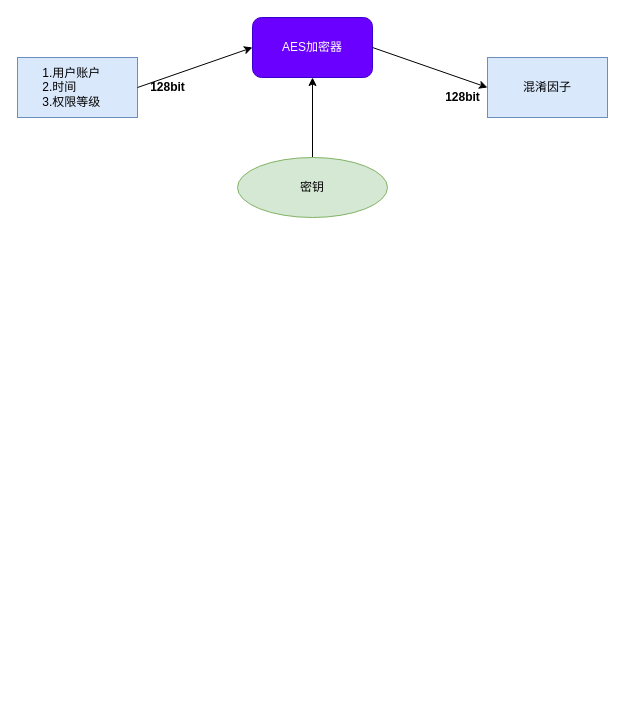
Before: 未命名绘图.drawio in eragonhuang/house, a draw.io diagram. Source tidied: cells renumbered, new cells numbered last; positions are measured from the earlier drawing's top-left corner, leaving out a move shared by most shapes. Both pictures are drawn from the tidied source at 100%, with x=0, y=0 at pixel (17, 17).
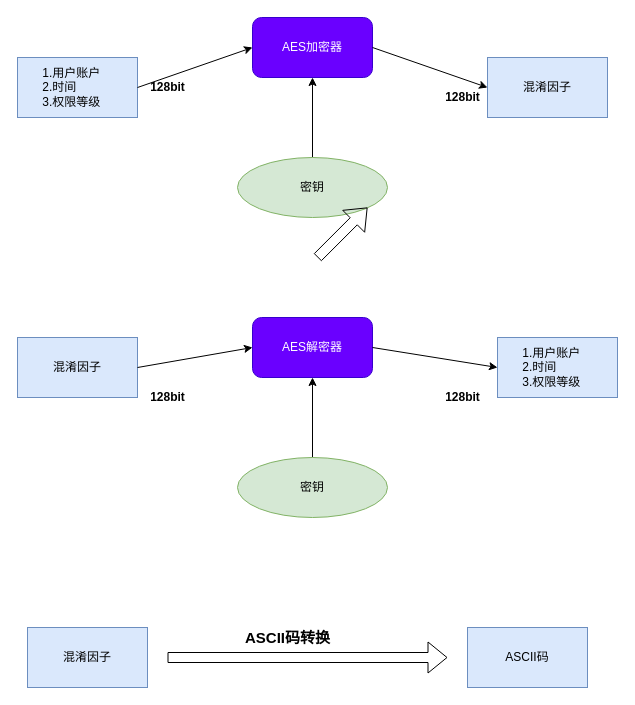
The same diagram, later.

Commit message (it also covers changes not shown here):
更新未命名绘图.drawio

Change to the diagram source:
```diff
@@
+    <mxCell id="11" value="&amp;nbsp; &amp;nbsp; &amp;nbsp; &amp;nbsp;1.用户账户&lt;br&gt;&amp;nbsp; &amp;nbsp; &amp;nbsp; &amp;nbsp;2.时间&lt;br&gt;&amp;nbsp; &amp;nbsp; &amp;nbsp; &amp;nbsp;3.权限等级" style="rounded=0;whiteSpace=wrap;html=1;align=left;fillColor=#dae8fc;strokeColor=#6c8ebf;" parent="1" vertex="1">
+      <mxGeometry x="480" y="320" width="120" height="60" as="geometry" />
+    </mxCell>
+    <mxCell id="12" value="混淆因子" style="rounded=0;whiteSpace=wrap;html=1;fillColor=#dae8fc;strokeColor=#6c8ebf;" parent="1" vertex="1">
+      <mxGeometry y="320" width="120" height="60" as="geometry" />
+    </mxCell>
+    <mxCell id="13" style="edgeStyle=orthogonalEdgeStyle;rounded=0;jettySize=auto;html=1;" parent="1" edge="1" source="14" target="15">
+      <mxGeometry relative="1" as="geometry" />
+    </mxCell>
+    <mxCell id="14" value="密钥" style="ellipse;whiteSpace=wrap;html=1;fillColor=#d5e8d4;strokeColor=#82b366;" parent="1" vertex="1">
+      <mxGeometry x="220" y="440" width="150" height="60" as="geometry" />
+    </mxCell>
+    <mxCell id="15" value="AES解密器" style="rounded=1;whiteSpace=wrap;html=1;fillColor=#6a00ff;strokeColor=#3700CC;fontColor=#ffffff;" parent="1" vertex="1">
+      <mxGeometry x="235" y="300" width="120" height="60" as="geometry" />
+    </mxCell>
+    <mxCell id="16" value="&lt;b&gt;128bit&lt;/b&gt;" style="text;html=1;align=center;verticalAlign=middle;fillColor=none;strokeColor=none;rounded=0;" parent="1" vertex="1">
+      <mxGeometry x="125" y="370" width="50" height="20" as="geometry" />
+    </mxCell>
+    <mxCell id="17" value="&lt;b&gt;128bit&lt;/b&gt;" style="text;html=1;align=center;verticalAlign=middle;fillColor=none;strokeColor=none;rounded=0;" parent="1" vertex="1">
+      <mxGeometry x="420" y="370" width="50" height="20" as="geometry" />
+    </mxCell>
+    <mxCell id="18" style="endArrow=classic;html=1;entryX=0;entryY=0.5;entryDx=0;entryDy=0;" parent="1" edge="1" target="15">
+      <mxGeometry relative="1" as="geometry">
+        <mxPoint x="120" y="350" as="sourcePoint" />
+      </mxGeometry>
+    </mxCell>
+    <mxCell id="19" style="endArrow=classic;html=1;exitX=1;exitY=0.5;exitDx=0;exitDy=0;entryX=0;entryY=0.5;entryDx=0;entryDy=0;" parent="1" edge="1" source="15" target="11">
+      <mxGeometry relative="1" as="geometry" />
+    </mxCell>
+    <mxCell id="20" value="混淆因子" style="rounded=0;whiteSpace=wrap;html=1;fillColor=#dae8fc;strokeColor=#6c8ebf;" parent="1" vertex="1">
+      <mxGeometry x="10" y="610" width="120" height="60" as="geometry" />
+    </mxCell>
+    <mxCell id="21" value="ASCII码" style="rounded=0;whiteSpace=wrap;html=1;fillColor=#dae8fc;strokeColor=#6c8ebf;" parent="1" vertex="1">
+      <mxGeometry x="450" y="610" width="120" height="60" as="geometry" />
+    </mxCell>
+    <mxCell id="22" style="shape=flexArrow;endArrow=classic;html=1;" parent="1" edge="1">
+      <mxGeometry relative="1" as="geometry">
+        <mxPoint x="300" y="240" as="sourcePoint" />
+        <mxPoint x="350" y="190" as="targetPoint" />
+      </mxGeometry>
+    </mxCell>
+    <mxCell id="23" style="shape=flexArrow;endArrow=classic;html=1;" parent="1" edge="1">
+      <mxGeometry relative="1" as="geometry">
+        <mxPoint x="150" y="640" as="sourcePoint" />
+        <mxPoint x="430" y="640" as="targetPoint" />
+        <Array as="points">
+          <mxPoint x="150" y="640" />
+        </Array>
+      </mxGeometry>
+    </mxCell>
+    <mxCell id="24" value="&lt;b&gt;&lt;font style=&quot;font-size: 15px&quot;&gt;ASCII码转换&lt;/font&gt;&lt;/b&gt;" style="text;html=1;align=center;verticalAlign=middle;fillColor=none;strokeColor=none;rounded=0;" parent="1" vertex="1">
+      <mxGeometry x="220" y="610" width="100" height="20" as="geometry" />
+    </mxCell>
```
